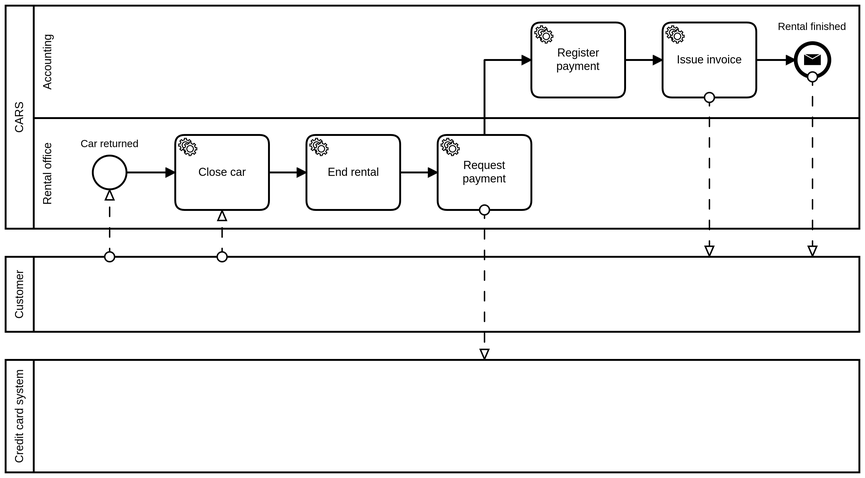
Above: car_rental/models/checkin_process_to_be.png in franco-ruggeri/polito-information-systems (BPMN), before the change. Its source is kept beside it as car_rental/models/checkin_process_to_be.bpmn. Ids are renumbered.
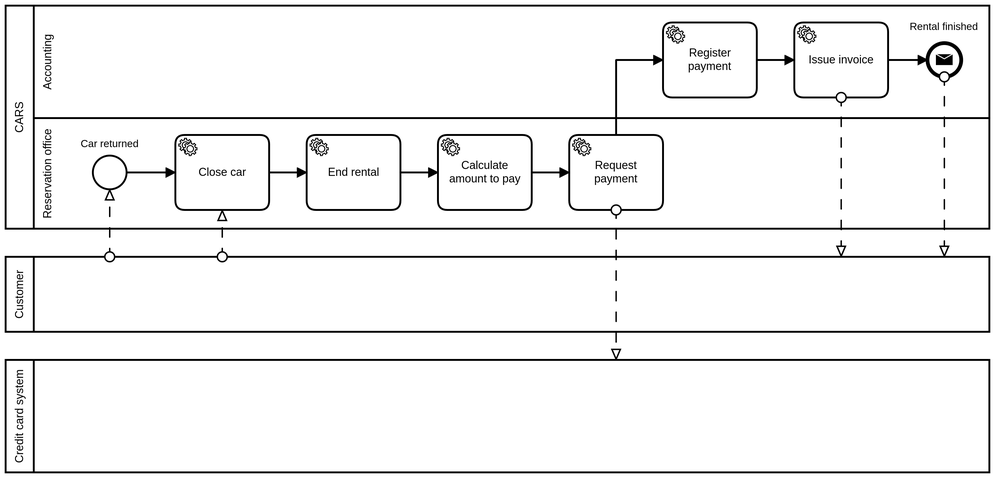
Later version of the same file.

The edit, as a diff of the source:
```diff
@@ -11,7 +11,7 @@
   </bpmn:collaboration>
   <bpmn:process id="Process_n4" isExecutable="true">
     <bpmn:laneSet id="LaneSet_n18">
-      <bpmn:lane id="Lane_n19" name="Rental office">
+      <bpmn:lane id="Lane_n19" name="Reservation office">
         <bpmn:flowNodeRef>StartEvent_1</bpmn:flowNodeRef>
         <bpmn:flowNodeRef>Activity_n11</bpmn:flowNodeRef>
         <bpmn:flowNodeRef>Activity_n20</bpmn:flowNodeRef>
@@ -70,40 +70,40 @@
       <bpmndi:BPMNShape id="Participant_n3_di" bpmnElement="Participant_n3" isHorizontal="true">
         <dc:Bounds x="129" y="82" width="1049" height="238" />
       </bpmndi:BPMNShape>
+      <bpmndi:BPMNShape id="Lane_n22_di" bpmnElement="Lane_n22" isHorizontal="true">
+        <dc:Bounds x="159" y="82" width="1019" height="120" />
+      </bpmndi:BPMNShape>
       <bpmndi:BPMNShape id="Lane_n19_di" bpmnElement="Lane_n19" isHorizontal="true">
         <dc:Bounds x="159" y="202" width="1019" height="118" />
       </bpmndi:BPMNShape>
-      <bpmndi:BPMNShape id="Lane_n22_di" bpmnElement="Lane_n22" isHorizontal="true">
-        <dc:Bounds x="159" y="82" width="1019" height="120" />
-      </bpmndi:BPMNShape>
-      <bpmndi:BPMNEdge id="Flow_n24_di" bpmnElement="Flow_n24">
-        <di:waypoint x="258" y="260" />
-        <di:waypoint x="310" y="260" />
+      <bpmndi:BPMNEdge id="Flow_n28_di" bpmnElement="Flow_n28">
+        <di:waypoint x="1070" y="140" />
+        <di:waypoint x="1112" y="140" />
       </bpmndi:BPMNEdge>
-      <bpmndi:BPMNEdge id="Flow_n25_di" bpmnElement="Flow_n25">
-        <di:waypoint x="410" y="260" />
-        <di:waypoint x="450" y="260" />
-      </bpmndi:BPMNEdge>
-      <bpmndi:BPMNEdge id="Flow_n26_di" bpmnElement="Flow_n26">
-        <di:waypoint x="550" y="260" />
-        <di:waypoint x="590" y="260" />
-      </bpmndi:BPMNEdge>
-      <bpmndi:BPMNEdge id="Flow_n27_di" bpmnElement="Flow_n27">
-        <di:waypoint x="690" y="260" />
-        <di:waypoint x="730" y="260" />
+      <bpmndi:BPMNEdge id="Flow_n31_di" bpmnElement="Flow_n31">
+        <di:waypoint x="930" y="140" />
+        <di:waypoint x="970" y="140" />
       </bpmndi:BPMNEdge>
       <bpmndi:BPMNEdge id="Flow_n30_di" bpmnElement="Flow_n30">
         <di:waypoint x="780" y="220" />
         <di:waypoint x="780" y="140" />
         <di:waypoint x="830" y="140" />
       </bpmndi:BPMNEdge>
-      <bpmndi:BPMNEdge id="Flow_n31_di" bpmnElement="Flow_n31">
-        <di:waypoint x="930" y="140" />
-        <di:waypoint x="970" y="140" />
+      <bpmndi:BPMNEdge id="Flow_n27_di" bpmnElement="Flow_n27">
+        <di:waypoint x="690" y="260" />
+        <di:waypoint x="730" y="260" />
       </bpmndi:BPMNEdge>
-      <bpmndi:BPMNEdge id="Flow_n28_di" bpmnElement="Flow_n28">
-        <di:waypoint x="1070" y="140" />
-        <di:waypoint x="1112" y="140" />
+      <bpmndi:BPMNEdge id="Flow_n26_di" bpmnElement="Flow_n26">
+        <di:waypoint x="550" y="260" />
+        <di:waypoint x="590" y="260" />
+      </bpmndi:BPMNEdge>
+      <bpmndi:BPMNEdge id="Flow_n25_di" bpmnElement="Flow_n25">
+        <di:waypoint x="410" y="260" />
+        <di:waypoint x="450" y="260" />
+      </bpmndi:BPMNEdge>
+      <bpmndi:BPMNEdge id="Flow_n24_di" bpmnElement="Flow_n24">
+        <di:waypoint x="258" y="260" />
+        <di:waypoint x="310" y="260" />
       </bpmndi:BPMNEdge>
       <bpmndi:BPMNShape id="_BPMNShape_StartEvent_2" bpmnElement="StartEvent_1">
         <dc:Bounds x="222" y="242" width="36" height="36" />
```
